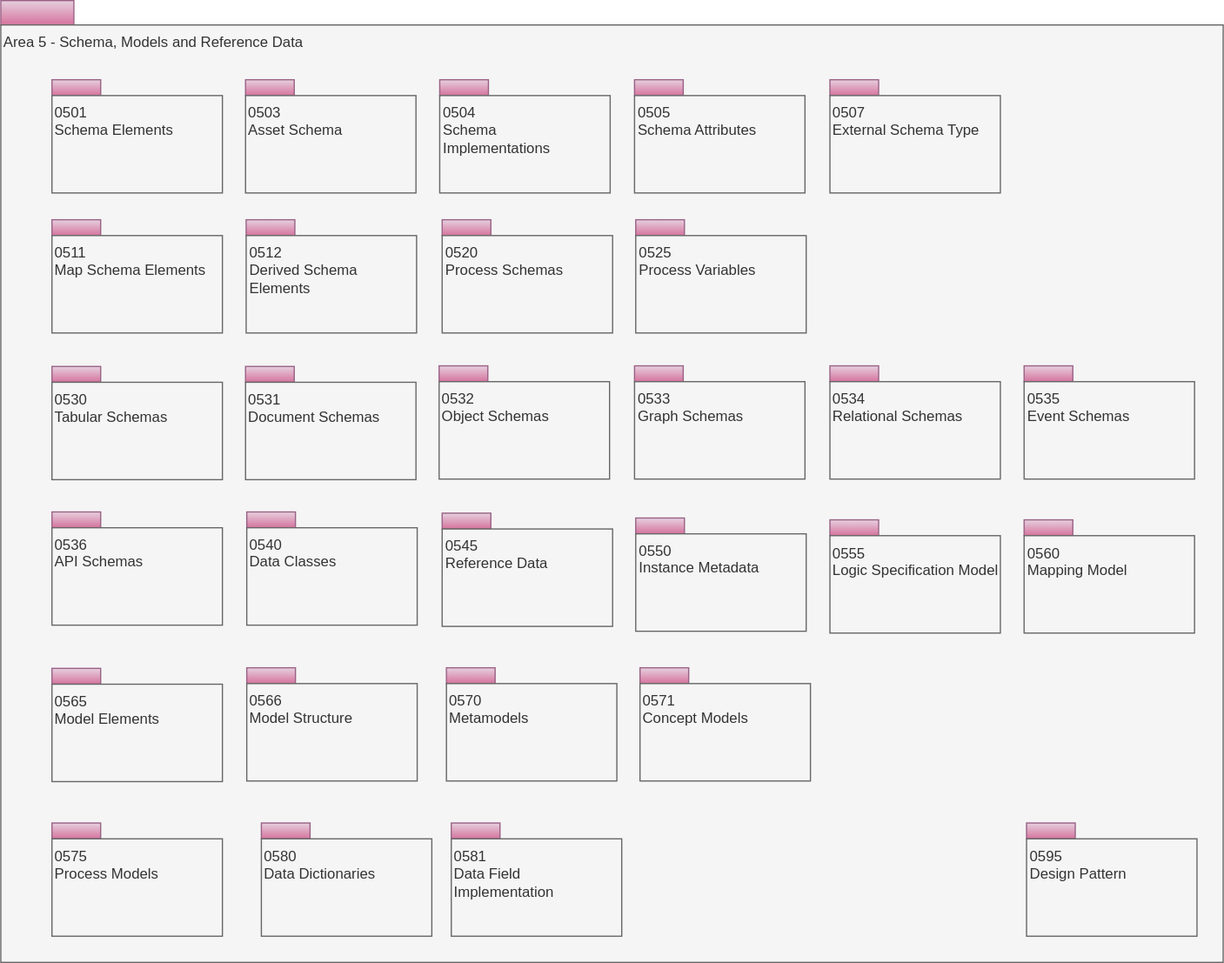
Before: site/docs/types/5/area-5-models-and-schema-overview.svg, a diagram exported from draw.io (odpi/egeria-docs). Source tidied: cells renumbered, new cells last; positions are measured from the earlier drawing's top-left corner, leaving out a move shared by most shapes.
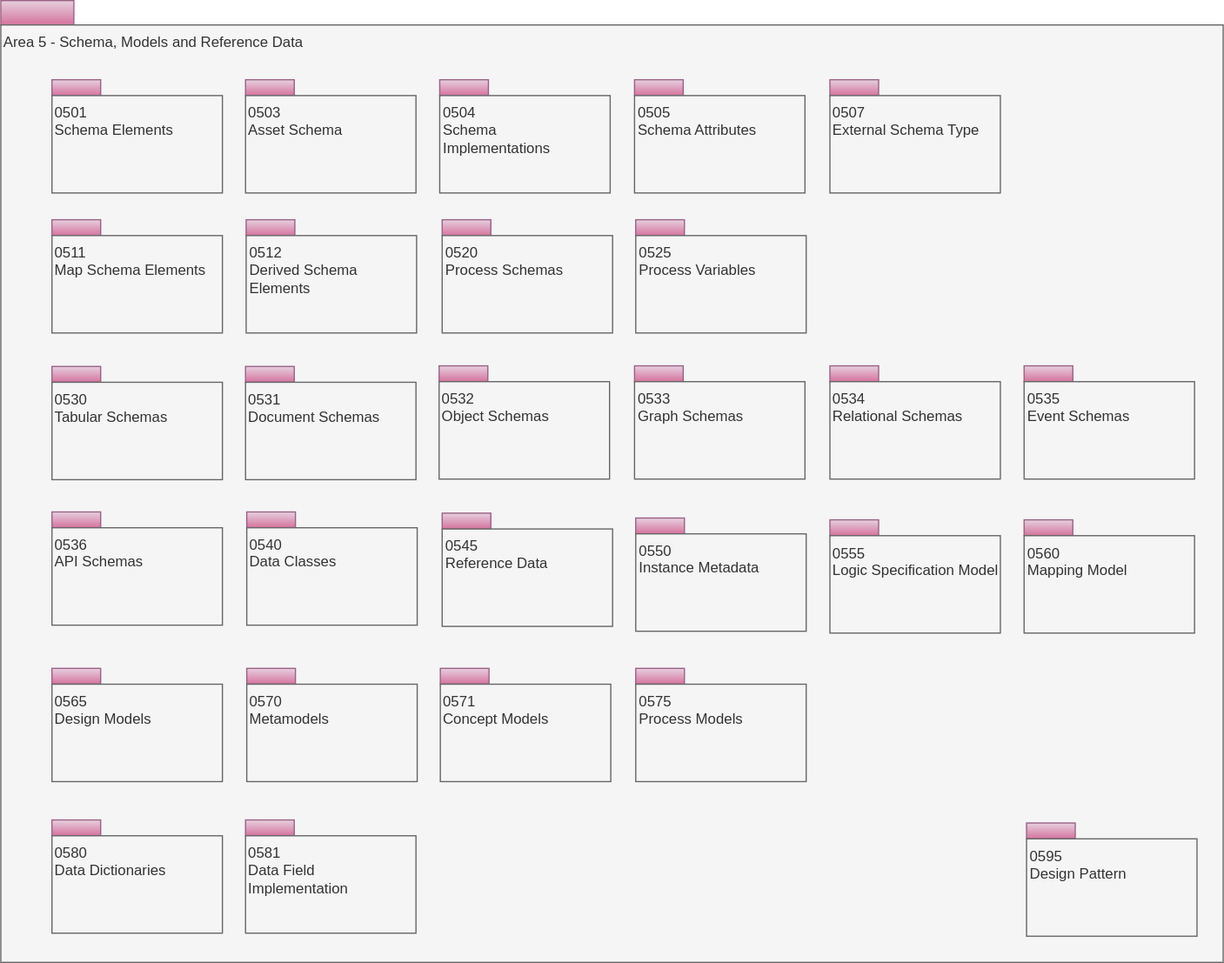
The same diagram one commit later.

What changed in the source:
```diff
@@ -111,16 +111,16 @@
       <mxGeometry x="520.5" y="313" width="140" height="80" as="geometry" />
     </mxCell>
     <mxCell id="38" style="rounded=0;whiteSpace=wrap;html=1;align=left;fillColor=#e6d0de;strokeColor=#996185;gradientColor=#d5739d;" parent="1" vertex="1">
-      <mxGeometry x="366" y="548" width="40" height="13" as="geometry" />
+      <mxGeometry x="202" y="548.5" width="40" height="13" as="geometry" />
     </mxCell>
     <mxCell id="39" value="0570&lt;br&gt;Metamodels&lt;br&gt;" style="rounded=0;whiteSpace=wrap;html=1;align=left;verticalAlign=top;fillColor=#f5f5f5;fontColor=#333333;strokeColor=#666666;" parent="1" vertex="1">
-      <mxGeometry x="366" y="561" width="140" height="80" as="geometry" />
+      <mxGeometry x="202" y="561.5" width="140" height="80" as="geometry" />
     </mxCell>
     <mxCell id="40" style="rounded=0;whiteSpace=wrap;html=1;align=left;fillColor=#e6d0de;strokeColor=#996185;gradientColor=#d5739d;" parent="1" vertex="1">
-      <mxGeometry x="42" y="675.5" width="40" height="13" as="geometry" />
+      <mxGeometry x="521.5" y="548.5" width="40" height="13" as="geometry" />
     </mxCell>
     <mxCell id="41" value="0575&lt;br&gt;Process Models" style="rounded=0;whiteSpace=wrap;html=1;align=left;verticalAlign=top;fillColor=#f5f5f5;fontColor=#333333;strokeColor=#666666;" parent="1" vertex="1">
-      <mxGeometry x="42" y="688.5" width="140" height="80" as="geometry" />
+      <mxGeometry x="521.5" y="561.5" width="140" height="80" as="geometry" />
     </mxCell>
     <mxCell id="42" style="rounded=0;whiteSpace=wrap;html=1;align=left;fillColor=#e6d0de;strokeColor=#996185;gradientColor=#d5739d;" parent="1" vertex="1">
       <mxGeometry x="842.5" y="675.5" width="40" height="13" as="geometry" />
@@ -131,56 +131,50 @@
     <mxCell id="44" style="rounded=0;whiteSpace=wrap;html=1;align=left;fillColor=#e6d0de;strokeColor=#996185;gradientColor=#d5739d;" parent="1" vertex="1">
       <mxGeometry x="42" y="548.5" width="40" height="13" as="geometry" />
     </mxCell>
-    <mxCell id="45" value="0565&lt;br&gt;Model Elements&lt;br&gt;" style="rounded=0;whiteSpace=wrap;html=1;align=left;verticalAlign=top;fillColor=#f5f5f5;fontColor=#333333;strokeColor=#666666;" parent="1" vertex="1">
+    <mxCell id="45" value="0565&lt;br&gt;Design Models" style="rounded=0;whiteSpace=wrap;html=1;align=left;verticalAlign=top;fillColor=#f5f5f5;fontColor=#333333;strokeColor=#666666;" parent="1" vertex="1">
       <mxGeometry x="42" y="561.5" width="140" height="80" as="geometry" />
     </mxCell>
     <mxCell id="46" style="rounded=0;whiteSpace=wrap;html=1;align=left;fillColor=#e6d0de;strokeColor=#996185;gradientColor=#d5739d;" parent="1" vertex="1">
-      <mxGeometry x="202" y="548" width="40" height="13" as="geometry" />
+      <mxGeometry x="361" y="548.5" width="40" height="13" as="geometry" />
     </mxCell>
-    <mxCell id="47" value="0566&lt;br&gt;Model Structure" style="rounded=0;whiteSpace=wrap;html=1;align=left;verticalAlign=top;fillColor=#f5f5f5;fontColor=#333333;strokeColor=#666666;" parent="1" vertex="1">
-      <mxGeometry x="202" y="561" width="140" height="80" as="geometry" />
+    <mxCell id="47" value="0571&lt;br&gt;Concept Models" style="rounded=0;whiteSpace=wrap;html=1;align=left;verticalAlign=top;fillColor=#f5f5f5;fontColor=#333333;strokeColor=#666666;" parent="1" vertex="1">
+      <mxGeometry x="361" y="561.5" width="140" height="80" as="geometry" />
     </mxCell>
     <mxCell id="48" style="rounded=0;whiteSpace=wrap;html=1;align=left;fillColor=#e6d0de;strokeColor=#996185;gradientColor=#d5739d;" parent="1" vertex="1">
-      <mxGeometry x="525" y="548" width="40" height="13" as="geometry" />
+      <mxGeometry x="681" y="65" width="40" height="13" as="geometry" />
     </mxCell>
-    <mxCell id="49" value="0571&lt;br&gt;Concept Models" style="rounded=0;whiteSpace=wrap;html=1;align=left;verticalAlign=top;fillColor=#f5f5f5;fontColor=#333333;strokeColor=#666666;" parent="1" vertex="1">
-      <mxGeometry x="525" y="561" width="140" height="80" as="geometry" />
+    <mxCell id="49" value="0507&lt;br&gt;External Schema Type" style="rounded=0;whiteSpace=wrap;html=1;align=left;verticalAlign=top;fillColor=#f5f5f5;fontColor=#333333;strokeColor=#666666;" parent="1" vertex="1">
+      <mxGeometry x="681" y="78" width="140" height="80" as="geometry" />
     </mxCell>
     <mxCell id="50" style="rounded=0;whiteSpace=wrap;html=1;align=left;fillColor=#e6d0de;strokeColor=#996185;gradientColor=#d5739d;" parent="1" vertex="1">
-      <mxGeometry x="681" y="65" width="40" height="13" as="geometry" />
+      <mxGeometry x="362.5" y="180" width="40" height="13" as="geometry" />
     </mxCell>
-    <mxCell id="51" value="0507&lt;br&gt;External Schema Type" style="rounded=0;whiteSpace=wrap;html=1;align=left;verticalAlign=top;fillColor=#f5f5f5;fontColor=#333333;strokeColor=#666666;" parent="1" vertex="1">
-      <mxGeometry x="681" y="78" width="140" height="80" as="geometry" />
+    <mxCell id="51" value="0520&lt;br&gt;Process Schemas" style="rounded=0;whiteSpace=wrap;html=1;align=left;verticalAlign=top;fillColor=#f5f5f5;fontColor=#333333;strokeColor=#666666;" parent="1" vertex="1">
+      <mxGeometry x="362.5" y="193" width="140" height="80" as="geometry" />
     </mxCell>
     <mxCell id="52" style="rounded=0;whiteSpace=wrap;html=1;align=left;fillColor=#e6d0de;strokeColor=#996185;gradientColor=#d5739d;" parent="1" vertex="1">
-      <mxGeometry x="362.5" y="180" width="40" height="13" as="geometry" />
+      <mxGeometry x="521.5" y="425" width="40" height="13" as="geometry" />
     </mxCell>
-    <mxCell id="53" value="0520&lt;br&gt;Process Schemas" style="rounded=0;whiteSpace=wrap;html=1;align=left;verticalAlign=top;fillColor=#f5f5f5;fontColor=#333333;strokeColor=#666666;" parent="1" vertex="1">
-      <mxGeometry x="362.5" y="193" width="140" height="80" as="geometry" />
+    <mxCell id="53" value="0550&lt;br&gt;Instance Metadata" style="rounded=0;whiteSpace=wrap;html=1;align=left;verticalAlign=top;fillColor=#f5f5f5;fontColor=#333333;strokeColor=#666666;" parent="1" vertex="1">
+      <mxGeometry x="521.5" y="438" width="140" height="80" as="geometry" />
     </mxCell>
     <mxCell id="54" style="rounded=0;whiteSpace=wrap;html=1;align=left;fillColor=#e6d0de;strokeColor=#996185;gradientColor=#d5739d;" parent="1" vertex="1">
-      <mxGeometry x="521.5" y="425" width="40" height="13" as="geometry" />
+      <mxGeometry x="521.5" y="180" width="40" height="13" as="geometry" />
     </mxCell>
-    <mxCell id="55" value="0550&lt;br&gt;Instance Metadata" style="rounded=0;whiteSpace=wrap;html=1;align=left;verticalAlign=top;fillColor=#f5f5f5;fontColor=#333333;strokeColor=#666666;" parent="1" vertex="1">
-      <mxGeometry x="521.5" y="438" width="140" height="80" as="geometry" />
+    <mxCell id="55" value="0525&lt;br&gt;Process Variables" style="rounded=0;whiteSpace=wrap;html=1;align=left;verticalAlign=top;fillColor=#f5f5f5;fontColor=#333333;strokeColor=#666666;" parent="1" vertex="1">
+      <mxGeometry x="521.5" y="193" width="140" height="80" as="geometry" />
     </mxCell>
     <mxCell id="56" style="rounded=0;whiteSpace=wrap;html=1;align=left;fillColor=#e6d0de;strokeColor=#996185;gradientColor=#d5739d;" parent="1" vertex="1">
-      <mxGeometry x="521.5" y="180" width="40" height="13" as="geometry" />
+      <mxGeometry x="42" y="673" width="40" height="13" as="geometry" />
     </mxCell>
-    <mxCell id="57" value="0525&lt;br&gt;Process Variables" style="rounded=0;whiteSpace=wrap;html=1;align=left;verticalAlign=top;fillColor=#f5f5f5;fontColor=#333333;strokeColor=#666666;" parent="1" vertex="1">
-      <mxGeometry x="521.5" y="193" width="140" height="80" as="geometry" />
+    <mxCell id="57" value="0580&lt;br&gt;Data Dictionaries" style="rounded=0;whiteSpace=wrap;html=1;align=left;verticalAlign=top;fillColor=#f5f5f5;fontColor=#333333;strokeColor=#666666;" parent="1" vertex="1">
+      <mxGeometry x="42" y="686" width="140" height="80" as="geometry" />
     </mxCell>
     <mxCell id="58" style="rounded=0;whiteSpace=wrap;html=1;align=left;fillColor=#e6d0de;strokeColor=#996185;gradientColor=#d5739d;" parent="1" vertex="1">
-      <mxGeometry x="214" y="675.5" width="40" height="13" as="geometry" />
+      <mxGeometry x="201" y="673" width="40" height="13" as="geometry" />
     </mxCell>
-    <mxCell id="59" value="0580&lt;br&gt;Data Dictionaries" style="rounded=0;whiteSpace=wrap;html=1;align=left;verticalAlign=top;fillColor=#f5f5f5;fontColor=#333333;strokeColor=#666666;" parent="1" vertex="1">
-      <mxGeometry x="214" y="688.5" width="140" height="80" as="geometry" />
+    <mxCell id="59" value="0581&lt;br&gt;Data Field Implementation" style="rounded=0;whiteSpace=wrap;html=1;align=left;verticalAlign=top;fillColor=#f5f5f5;fontColor=#333333;strokeColor=#666666;" parent="1" vertex="1">
+      <mxGeometry x="201" y="686" width="140" height="80" as="geometry" />
     </mxCell>
-    <mxCell id="60" style="rounded=0;whiteSpace=wrap;html=1;align=left;fillColor=#e6d0de;strokeColor=#996185;gradientColor=#d5739d;" parent="1" vertex="1">
-      <mxGeometry x="370" y="675.5" width="40" height="13" as="geometry" />
-    </mxCell>
-    <mxCell id="61" value="0581&lt;br&gt;Data Field Implementation" style="rounded=0;whiteSpace=wrap;html=1;align=left;verticalAlign=top;fillColor=#f5f5f5;fontColor=#333333;strokeColor=#666666;" parent="1" vertex="1">
-      <mxGeometry x="370" y="688.5" width="140" height="80" as="geometry" />
-    </mxCell>
   </root>
 </mxGraphModel>
```
